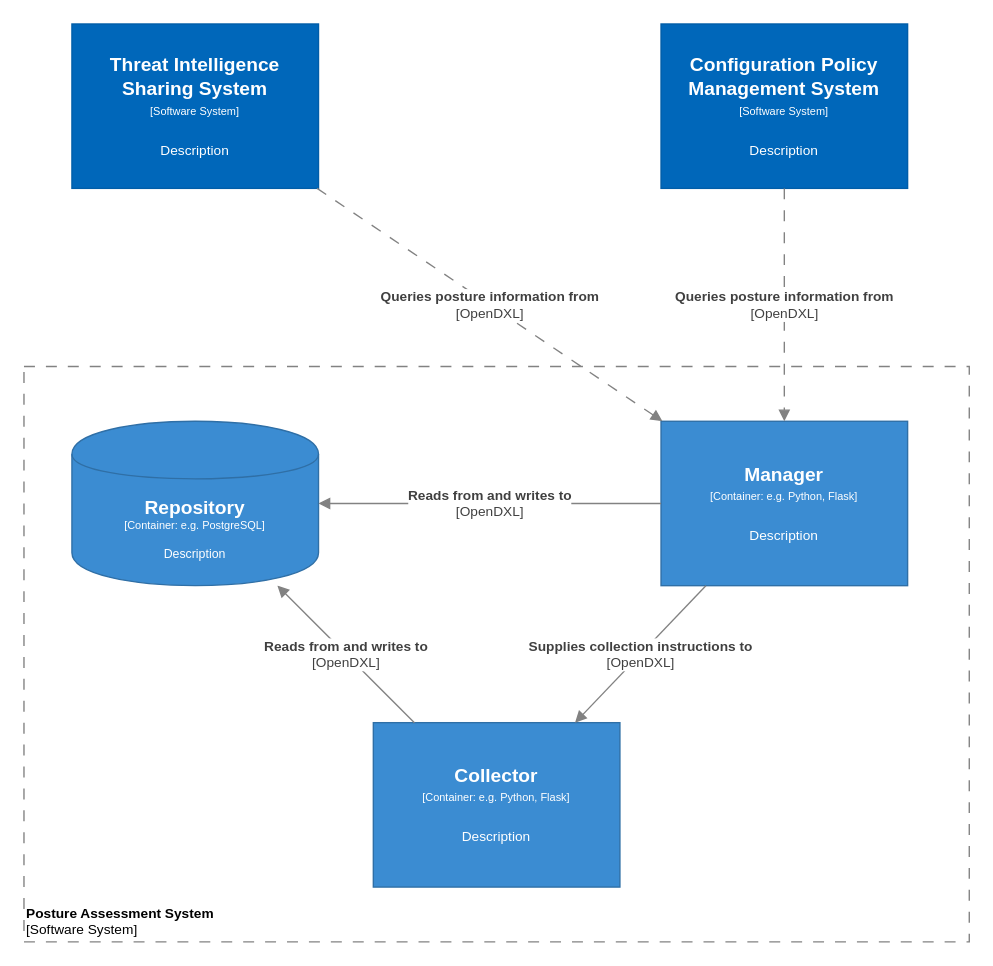
The draw.io diagram Architecture Documents/sacm-container.drawio in opencybersecurityalliance/documentation, before the edit. Source tidied: cells renumbered, new cells numbered last; positions are measured from the earlier drawing's top-left corner, leaving out a move shared by most shapes. Both pictures are drawn from the tidied source at 137%, with x=0, y=0 at pixel (23, 23).
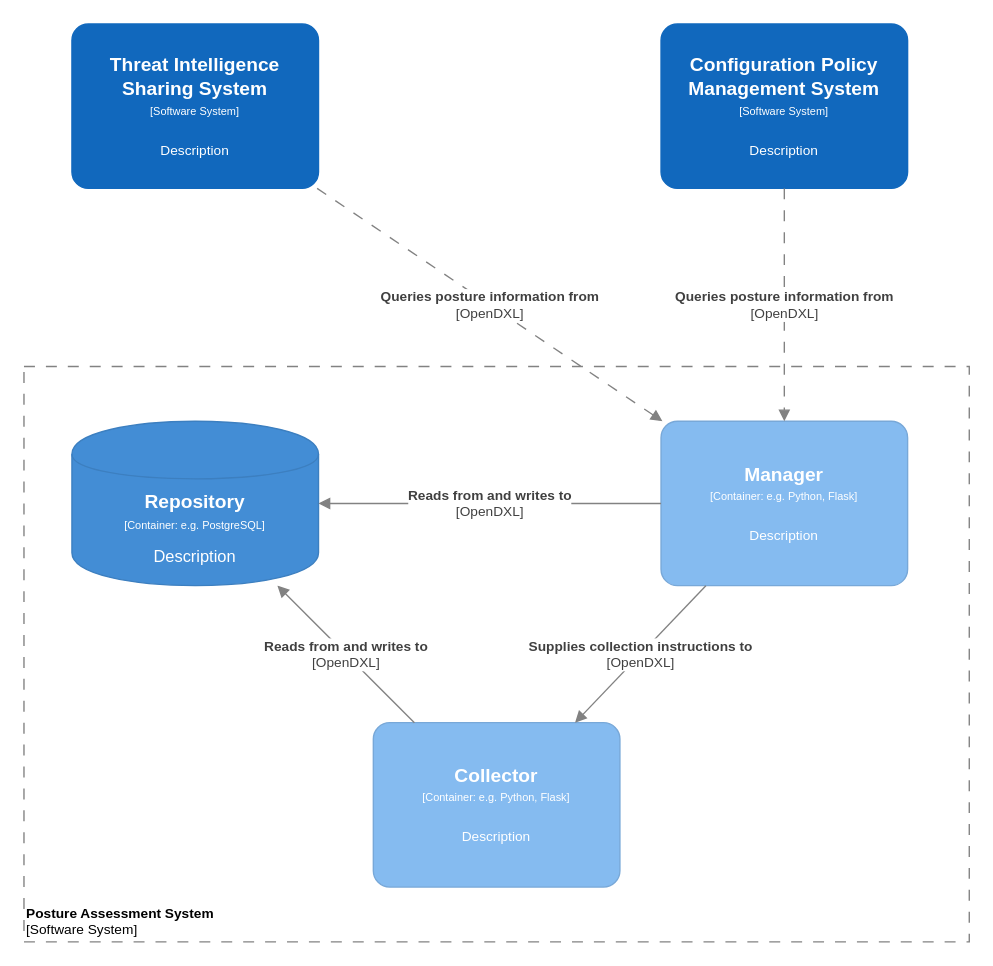
The same page after the edit.

Commit message (it also covers changes not shown here):
Update style, add manager component diagram

The C4 style on draw.io website had slightly different colors and
shapes

Added the manager component diagram
with Assessor, Aggregator, Orchestrator and Health components.

1. I was unsure of the relationships between the components
1. I was also unsure if there was overlap with what might be the
Repository components

What changed in the source:
```diff
@@
 <mxGraphModel>
   <root>
     <mxCell id="0" />
     <mxCell id="1" parent="0" />
     <mxCell id="2" value="&lt;font style=&quot;font-size: 10px&quot;&gt;&lt;b&gt;Posture Assessment System&lt;/b&gt;&lt;br style=&quot;font-size: 10px&quot;&gt;[Software System]&lt;/font&gt;" style="rounded=0;whiteSpace=wrap;html=1;strokeColor=#828282;fillColor=none;fontColor=#000000;align=left;labelPosition=center;verticalLabelPosition=middle;verticalAlign=bottom;dashed=1;strokeWidth=1;perimeterSpacing=0;spacing=2;spacingTop=0;fontSize=10;dashPattern=8 8;" parent="1" vertex="1">
       <mxGeometry y="250" width="690" height="420" as="geometry" />
     </mxCell>
     <object id="3" label="&lt;div&gt;&lt;span style=&quot;font-size: 14px&quot;&gt;&lt;b&gt;Manager&lt;/b&gt;&lt;/span&gt;&lt;/div&gt;&lt;div&gt;&lt;span style=&quot;font-size: 8px&quot;&gt;[Container: %technology%]&lt;/span&gt;&lt;/div&gt;&lt;div&gt;&lt;span style=&quot;font-size: 8px&quot;&gt;&lt;br&gt;&lt;/span&gt;&lt;/div&gt;&lt;div&gt;&lt;font size=&quot;1&quot;&gt;%description%&lt;/font&gt;&lt;/div&gt;" description="Description" placeholders="1" technology="e.g. Python, Flask">
-      <mxCell style="rounded=0;whiteSpace=wrap;html=1;fillColor=#3B8CD2;fontColor=#FFFFFF;strokeColor=#2F6FA6;" parent="1" vertex="1">
+      <mxCell style="rounded=1;whiteSpace=wrap;html=1;fillColor=#85BBF0;fontColor=#ffffff;strokeColor=#78A8D8;arcSize=10;" parent="1" vertex="1">
         <mxGeometry x="465" y="290" width="180" height="120" as="geometry" />
       </mxCell>
     </object>
     <object id="4" label="&lt;div&gt;&lt;span style=&quot;font-size: 14px&quot;&gt;&lt;b&gt;Collector&lt;/b&gt;&lt;/span&gt;&lt;/div&gt;&lt;div&gt;&lt;span style=&quot;font-size: 8px&quot;&gt;[Container: %technology%]&lt;/span&gt;&lt;br&gt;&lt;/div&gt;&lt;div&gt;&lt;span style=&quot;font-size: 8px&quot;&gt;&lt;br&gt;&lt;/span&gt;&lt;/div&gt;&lt;div&gt;&lt;font size=&quot;1&quot;&gt;%description%&lt;/font&gt;&lt;/div&gt;" description="Description" placeholders="1" technology="e.g. Python, Flask">
-      <mxCell style="rounded=0;whiteSpace=wrap;html=1;fillColor=#3B8CD2;fontColor=#FFFFFF;strokeColor=#2F6FA6;" parent="1" vertex="1">
+      <mxCell style="rounded=1;whiteSpace=wrap;html=1;fillColor=#85BBF0;fontColor=#ffffff;strokeColor=#78A8D8;arcSize=10;" parent="1" vertex="1">
         <mxGeometry x="255" y="510" width="180" height="120" as="geometry" />
       </mxCell>
     </object>
     <object id="5" label="&lt;div style=&quot;color: rgb(255 , 255 , 255) ; white-space: normal&quot;&gt;&lt;span style=&quot;font-size: 14px&quot;&gt;&lt;b&gt;Repository&lt;/b&gt;&lt;/span&gt;&lt;/div&gt;&lt;div style=&quot;color: rgb(255 , 255 , 255) ; white-space: normal&quot;&gt;&lt;span style=&quot;font-size: 8px&quot;&gt;[Container: %technology%]&lt;/span&gt;&lt;br&gt;&lt;/div&gt;&lt;div style=&quot;color: rgb(255 , 255 , 255) ; white-space: normal ; font-size: 8px&quot;&gt;&lt;font style=&quot;line-height: 9.6px&quot;&gt;&lt;br&gt;&lt;/font&gt;&lt;/div&gt;&lt;div style=&quot;color: rgb(255 , 255 , 255) ; white-space: normal&quot;&gt;%description%&lt;/div&gt;" description="Description" placeholders="1" technology="e.g. PostgreSQL">
-      <mxCell style="shape=cylinder;whiteSpace=wrap;html=1;boundedLbl=1;backgroundOutline=1;strokeColor=#2F6FA6;strokeWidth=1;fillColor=#3B8CD2;fontSize=9;fontColor=#000000;align=center;" parent="1" vertex="1">
+      <mxCell style="shape=cylinder;whiteSpace=wrap;html=1;boundedLbl=1;backgroundOutline=1;strokeColor=#3C7FC0;fillColor=#438DD5;fontSize=12;fontColor=#ffffff;align=center;rounded=0;" parent="1" vertex="1">
         <mxGeometry x="35" y="290" width="180" height="120" as="geometry" />
       </mxCell>
     </object>
     <mxCell id="6" value="&lt;span style=&quot;font-size: 10px&quot;&gt;&lt;b&gt;Supplies collection instructions to&lt;br&gt;&lt;/b&gt;[OpenDXL]&lt;br&gt;&lt;/span&gt;" style="endArrow=block;html=1;fontSize=10;fontColor=#404040;strokeWidth=1;endFill=1;strokeColor=#828282;elbow=vertical;" parent="1" edge="1" source="3" target="4">
       <mxGeometry relative="1" as="geometry" />
     </mxCell>
     <mxCell id="7" value="&lt;span style=&quot;font-size: 10px&quot;&gt;&lt;b&gt;Reads from and writes to&lt;br&gt;&lt;/b&gt;[OpenDXL]&lt;br&gt;&lt;/span&gt;" style="endArrow=block;html=1;fontSize=10;fontColor=#404040;strokeWidth=1;endFill=1;strokeColor=#828282;elbow=vertical;" parent="1" edge="1" source="4" target="5">
       <mxGeometry relative="1" as="geometry" />
     </mxCell>
     <mxCell id="8" value="&lt;span style=&quot;font-size: 10px&quot;&gt;&lt;b&gt;Reads from and writes to&lt;/b&gt;&lt;br&gt;[OpenDXL]&lt;br&gt;&lt;/span&gt;" style="endArrow=block;html=1;fontSize=10;fontColor=#404040;strokeWidth=1;endFill=1;strokeColor=#828282;elbow=vertical;entryX=1;entryY=0.5;entryDx=0;entryDy=0;" parent="1" edge="1" source="3" target="5">
       <mxGeometry relative="1" as="geometry" />
     </mxCell>
     <object id="9" label="&lt;div&gt;&lt;span style=&quot;font-size: 14px&quot;&gt;&lt;b&gt;Threat Intelligence Sharing System&lt;/b&gt;&lt;/span&gt;&lt;/div&gt;&lt;div&gt;&lt;span style=&quot;font-size: 8px&quot;&gt;[Software System]&lt;/span&gt;&lt;/div&gt;&lt;div&gt;&lt;span style=&quot;font-size: 8px&quot;&gt;&lt;br&gt;&lt;/span&gt;&lt;/div&gt;&lt;div&gt;&lt;font size=&quot;1&quot;&gt;%description%&lt;/font&gt;&lt;/div&gt;" description="Description" placeholders="1">
-      <mxCell style="rounded=0;whiteSpace=wrap;html=1;fillColor=#0067BA;fontColor=#FFFFFF;strokeColor=#005DA8;" parent="1" vertex="1">
+      <mxCell style="rounded=1;whiteSpace=wrap;html=1;fillColor=#1168BD;fontColor=#ffffff;strokeColor=#1168BD;arcSize=10;" parent="1" vertex="1">
         <mxGeometry x="35" width="180" height="120" as="geometry" />
       </mxCell>
     </object>
     <mxCell id="10" value="&lt;b&gt;Queries posture information from&lt;/b&gt;&lt;br style=&quot;font-size: 10px&quot;&gt;[OpenDXL]" style="endArrow=block;html=1;fontSize=10;fontColor=#404040;strokeWidth=1;endFill=1;dashed=1;dashPattern=8 8;strokeColor=#828282;elbow=vertical;" parent="1" edge="1" source="9" target="3">
       <mxGeometry relative="1" as="geometry" />
     </mxCell>
     <object id="11" label="&lt;div&gt;&lt;span style=&quot;font-size: 14px&quot;&gt;&lt;b&gt;Configuration Policy Management System&lt;/b&gt;&lt;/span&gt;&lt;/div&gt;&lt;div&gt;&lt;span style=&quot;font-size: 8px&quot;&gt;[Software System]&lt;/span&gt;&lt;br&gt;&lt;/div&gt;&lt;div&gt;&lt;span style=&quot;font-size: 8px&quot;&gt;&lt;br&gt;&lt;/span&gt;&lt;/div&gt;&lt;div&gt;&lt;font size=&quot;1&quot;&gt;%description%&lt;/font&gt;&lt;/div&gt;" description="Description" placeholders="1">
-      <mxCell style="rounded=0;whiteSpace=wrap;html=1;fillColor=#0067BA;fontColor=#FFFFFF;strokeColor=#005DA8;" parent="1" vertex="1">
+      <mxCell style="rounded=1;whiteSpace=wrap;html=1;fillColor=#1168BD;fontColor=#ffffff;strokeColor=#1168BD;arcSize=10;" parent="1" vertex="1">
         <mxGeometry x="465" width="180" height="120" as="geometry" />
       </mxCell>
     </object>
     <mxCell id="12" value="&lt;b&gt;Queries posture information from&lt;/b&gt;&lt;br style=&quot;font-size: 10px&quot;&gt;[OpenDXL]" style="endArrow=block;html=1;fontSize=10;fontColor=#404040;strokeWidth=1;endFill=1;dashed=1;dashPattern=8 8;strokeColor=#828282;elbow=vertical;" parent="1" edge="1" source="11" target="3">
       <mxGeometry relative="1" as="geometry" />
     </mxCell>
   </root>
 </mxGraphModel>
```
